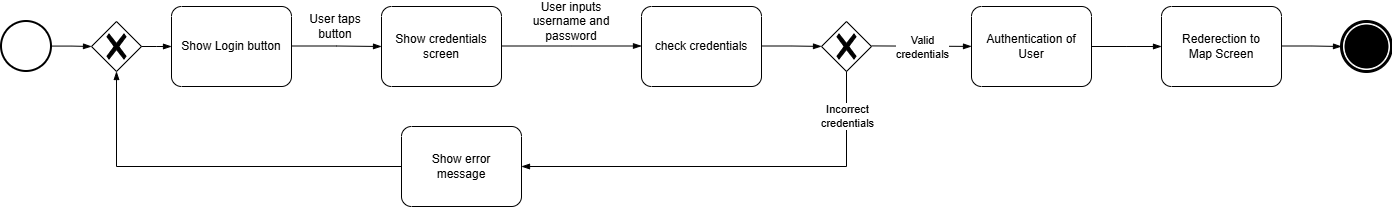
This is RASD/LaTeXCode/images/StateDiagrams/Login.drawio.png from jacopobellosi/Bellosi-Montanelli-Tempobono, a draw.io export, as it was before one commit. Source tidied: cells renumbered, new cells last; positions are measured from the earlier drawing's top-left corner, leaving out a move shared by most shapes.
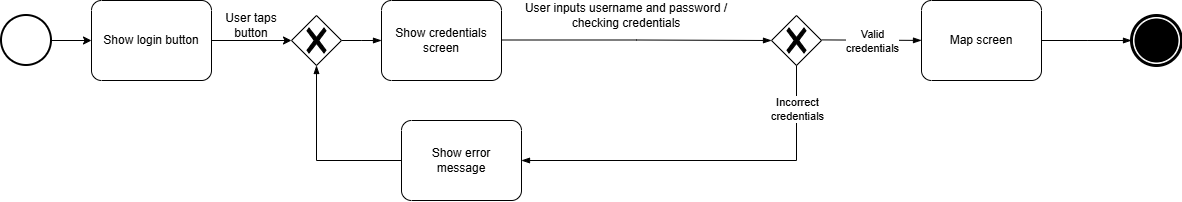
Later version of the same file.

Change to the diagram source:
```diff
@@ -4,97 +4,67 @@
     <mxCell id="1" parent="0" />
     <mxCell id="2" style="edgeStyle=elbowEdgeStyle;fontSize=12;html=1;endArrow=blockThin;endFill=1;rounded=0;elbow=vertical;exitX=1;exitY=0.5;exitDx=0;exitDy=0;exitPerimeter=0;entryX=0;entryY=0.5;entryDx=0;entryDy=0;entryPerimeter=0;shadow=0;" parent="1" edge="1" target="18">
       <mxGeometry relative="1" as="geometry">
-        <mxPoint x="870" y="39.4" as="sourcePoint" />
+        <mxPoint x="820" y="39.4" as="sourcePoint" />
         <Array as="points">
-          <mxPoint x="870" y="39.9" />
+          <mxPoint x="820" y="39.9" />
         </Array>
       </mxGeometry>
     </mxCell>
     <mxCell id="3" style="strokeWidth=2;html=1;shape=mxgraph.flowchart.start_2;whiteSpace=wrap;" parent="1" vertex="1">
       <mxGeometry y="15" width="50" height="50" as="geometry" />
     </mxCell>
-    <mxCell id="4" value="Show Login button" style="points=[[0.25,0,0],[0.5,0,0],[0.75,0,0],[1,0.25,0],[1,0.5,0],[1,0.75,0],[0.75,1,0],[0.5,1,0],[0.25,1,0],[0,0.75,0],[0,0.5,0],[0,0.25,0]];shape=mxgraph.bpmn.task2;whiteSpace=wrap;rectStyle=rounded;size=10;html=1;taskMarker=abstract;" parent="1" vertex="1">
-      <mxGeometry x="170" width="120" height="80" as="geometry" />
+    <mxCell id="4" value="Show login button" style="points=[[0.25,0,0],[0.5,0,0],[0.75,0,0],[1,0.25,0],[1,0.5,0],[1,0.75,0],[0.75,1,0],[0.5,1,0],[0.25,1,0],[0,0.75,0],[0,0.5,0],[0,0.25,0]];shape=mxgraph.bpmn.task2;whiteSpace=wrap;rectStyle=rounded;size=10;html=1;taskMarker=abstract;" parent="1" vertex="1">
+      <mxGeometry x="90" width="120" height="80" as="geometry" />
     </mxCell>
     <mxCell id="5" value="Show credentials&lt;div&gt;screen&lt;/div&gt;" style="shape=mxgraph.bpmn.task2;whiteSpace=wrap;rectStyle=rounded;size=10;html=1;taskMarker=abstract;" parent="1" vertex="1">
       <mxGeometry x="380" width="120" height="80" as="geometry" />
     </mxCell>
-    <mxCell id="6" style="edgeStyle=elbowEdgeStyle;fontSize=12;html=1;endArrow=blockThin;endFill=1;rounded=0;" parent="1" edge="1">
+    <mxCell id="6" style="edgeStyle=elbowEdgeStyle;fontSize=12;html=1;endArrow=blockThin;endFill=1;rounded=0;exitX=1;exitY=0.5;exitDx=0;exitDy=0;exitPerimeter=0;" parent="1" edge="1" source="13">
       <mxGeometry relative="1" as="geometry">
-        <mxPoint x="290" y="39.5" as="sourcePoint" />
         <mxPoint x="380" y="40" as="targetPoint" />
       </mxGeometry>
     </mxCell>
     <mxCell id="7" value="User taps button" style="text;html=1;whiteSpace=wrap;strokeColor=none;fillColor=none;align=center;verticalAlign=middle;rounded=0;" parent="1" vertex="1">
-      <mxGeometry x="304" y="5" width="60" height="30" as="geometry" />
+      <mxGeometry x="220" y="10" width="60" height="30" as="geometry" />
     </mxCell>
-    <mxCell id="8" style="edgeStyle=elbowEdgeStyle;fontSize=12;html=1;endArrow=blockThin;endFill=1;rounded=0;" parent="1" edge="1">
+    <mxCell id="8" style="edgeStyle=elbowEdgeStyle;fontSize=12;html=1;endArrow=blockThin;endFill=1;rounded=0;entryX=0;entryY=0.5;entryDx=0;entryDy=0;entryPerimeter=0;" parent="1" edge="1" target="12">
       <mxGeometry relative="1" as="geometry">
         <mxPoint x="500" y="39.5" as="sourcePoint" />
-        <mxPoint x="640" y="39.5" as="targetPoint" />
       </mxGeometry>
     </mxCell>
-    <mxCell id="9" value="User inputs username and password" style="text;html=1;whiteSpace=wrap;strokeColor=none;fillColor=none;align=center;verticalAlign=middle;rounded=0;" parent="1" vertex="1">
-      <mxGeometry x="520" width="100" height="30" as="geometry" />
+    <mxCell id="9" value="User inputs username and password / checking credentials" style="text;html=1;whiteSpace=wrap;strokeColor=none;fillColor=none;align=center;verticalAlign=middle;rounded=0;" parent="1" vertex="1">
+      <mxGeometry x="520" width="210" height="30" as="geometry" />
     </mxCell>
-    <mxCell id="10" value="check credentials" style="shape=mxgraph.bpmn.task2;whiteSpace=wrap;rectStyle=rounded;size=10;html=1;taskMarker=abstract;" parent="1" vertex="1">
-      <mxGeometry x="640" width="120" height="80" as="geometry" />
-    </mxCell>
-    <mxCell id="11" style="edgeStyle=elbowEdgeStyle;fontSize=12;html=1;endArrow=blockThin;endFill=1;rounded=0;" parent="1" edge="1">
-      <mxGeometry relative="1" as="geometry">
-        <mxPoint x="760" y="39.5" as="sourcePoint" />
-        <mxPoint x="820" y="39.9" as="targetPoint" />
-      </mxGeometry>
-    </mxCell>
     <mxCell id="12" style="points=[[0.25,0.25,0],[0.5,0,0],[0.75,0.25,0],[1,0.5,0],[0.75,0.75,0],[0.5,1,0],[0.25,0.75,0],[0,0.5,0]];shape=mxgraph.bpmn.gateway2;html=1;verticalLabelPosition=bottom;labelBackgroundColor=#ffffff;verticalAlign=top;align=center;perimeter=rhombusPerimeter;outlineConnect=0;outline=none;symbol=none;gwType=exclusive;" parent="1" vertex="1">
-      <mxGeometry x="820" y="15" width="50" height="50" as="geometry" />
+      <mxGeometry x="770" y="15" width="50" height="50" as="geometry" />
     </mxCell>
     <mxCell id="13" style="points=[[0.25,0.25,0],[0.5,0,0],[0.75,0.25,0],[1,0.5,0],[0.75,0.75,0],[0.5,1,0],[0.25,0.75,0],[0,0.5,0]];shape=mxgraph.bpmn.gateway2;html=1;verticalLabelPosition=bottom;labelBackgroundColor=#ffffff;verticalAlign=top;align=center;perimeter=rhombusPerimeter;outlineConnect=0;outline=none;symbol=none;gwType=exclusive;" parent="1" vertex="1">
-      <mxGeometry x="90" y="15" width="50" height="50" as="geometry" />
+      <mxGeometry x="290" y="15" width="50" height="50" as="geometry" />
     </mxCell>
-    <mxCell id="14" style="edgeStyle=elbowEdgeStyle;fontSize=12;html=1;endArrow=blockThin;endFill=1;rounded=0;entryX=0;entryY=0.5;entryDx=0;entryDy=0;entryPerimeter=0;" parent="1" edge="1" source="13" target="4">
-      <mxGeometry relative="1" as="geometry" />
-    </mxCell>
-    <mxCell id="15" style="edgeStyle=elbowEdgeStyle;fontSize=12;html=1;endArrow=blockThin;endFill=1;rounded=0;" parent="1" edge="1">
-      <mxGeometry relative="1" as="geometry">
-        <mxPoint x="50" y="39.6" as="sourcePoint" />
-        <mxPoint x="90" y="40" as="targetPoint" />
-      </mxGeometry>
-    </mxCell>
     <mxCell id="16" style="edgeStyle=elbowEdgeStyle;fontSize=12;html=1;endArrow=blockThin;endFill=1;rounded=0;entryX=0.5;entryY=1;entryDx=0;entryDy=0;entryPerimeter=0;" parent="1" edge="1" source="25" target="13">
       <mxGeometry relative="1" as="geometry">
         <Array as="points">
+          <mxPoint x="315" y="110" />
           <mxPoint x="115" y="160" />
         </Array>
       </mxGeometry>
     </mxCell>
-    <mxCell id="17" style="edgeStyle=elbowEdgeStyle;fontSize=12;html=1;endArrow=blockThin;endFill=1;rounded=0;entryX=0;entryY=0.5;entryDx=0;entryDy=0;entryPerimeter=0;exitX=1;exitY=0.5;exitDx=0;exitDy=0;exitPerimeter=0;" parent="1" edge="1" source="18">
-      <mxGeometry relative="1" as="geometry">
-        <mxPoint x="1160" y="40" as="targetPoint" />
-      </mxGeometry>
+    <mxCell id="17" style="edgeStyle=elbowEdgeStyle;fontSize=12;html=1;endArrow=blockThin;endFill=1;rounded=0;entryX=0;entryY=0.5;entryDx=0;entryDy=0;entryPerimeter=0;exitX=1;exitY=0.5;exitDx=0;exitDy=0;exitPerimeter=0;" parent="1" edge="1" source="18" target="21">
+      <mxGeometry relative="1" as="geometry" />
     </mxCell>
-    <mxCell id="18" value="Authentication of&lt;div&gt;User&lt;/div&gt;" style="points=[[0.25,0,0],[0.5,0,0],[0.75,0,0],[1,0.25,0],[1,0.5,0],[1,0.75,0],[0.75,1,0],[0.5,1,0],[0.25,1,0],[0,0.75,0],[0,0.5,0],[0,0.25,0]];shape=mxgraph.bpmn.task2;whiteSpace=wrap;rectStyle=rounded;size=10;html=1;taskMarker=abstract;" parent="1" vertex="1">
-      <mxGeometry x="970" width="120" height="80" as="geometry" />
+    <mxCell id="18" value="Map screen" style="points=[[0.25,0,0],[0.5,0,0],[0.75,0,0],[1,0.25,0],[1,0.5,0],[1,0.75,0],[0.75,1,0],[0.5,1,0],[0.25,1,0],[0,0.75,0],[0,0.5,0],[0,0.25,0]];shape=mxgraph.bpmn.task2;whiteSpace=wrap;rectStyle=rounded;size=10;html=1;taskMarker=abstract;" parent="1" vertex="1">
+      <mxGeometry x="920" width="120" height="80" as="geometry" />
     </mxCell>
-    <mxCell id="19" value="Rederection to&lt;div&gt;Map Screen&lt;/div&gt;" style="shape=mxgraph.bpmn.task2;whiteSpace=wrap;rectStyle=rounded;size=10;html=1;taskMarker=abstract;" parent="1" vertex="1">
-      <mxGeometry x="1160" width="120" height="80" as="geometry" />
-    </mxCell>
-    <mxCell id="20" style="edgeStyle=elbowEdgeStyle;fontSize=12;html=1;endArrow=blockThin;endFill=1;rounded=0;entryX=0;entryY=0.5;entryDx=0;entryDy=0;entryPerimeter=0;" parent="1" edge="1">
-      <mxGeometry relative="1" as="geometry">
-        <mxPoint x="1280" y="39.5" as="sourcePoint" />
-        <mxPoint x="1340" y="40" as="targetPoint" />
-      </mxGeometry>
-    </mxCell>
     <mxCell id="21" style="points=[[0.145,0.145,0],[0.5,0,0],[0.855,0.145,0],[1,0.5,0],[0.855,0.855,0],[0.5,1,0],[0.145,0.855,0],[0,0.5,0]];shape=mxgraph.bpmn.event;html=1;verticalLabelPosition=bottom;labelBackgroundColor=#ffffff;verticalAlign=top;align=center;perimeter=ellipsePerimeter;outlineConnect=0;outline=end;symbol=terminate;" parent="1" vertex="1">
-      <mxGeometry x="1340" y="15" width="50" height="50" as="geometry" />
+      <mxGeometry x="1130" y="15" width="50" height="50" as="geometry" />
     </mxCell>
     <mxCell id="22" value="Valid&lt;div&gt;credentials&lt;/div&gt;" style="edgeLabel;html=1;align=center;verticalAlign=middle;shadow=1;" parent="1" vertex="1">
-      <mxGeometry x="920" y="40" as="geometry" />
+      <mxGeometry x="870" y="40" as="geometry" />
     </mxCell>
-    <mxCell id="23" style="edgeStyle=elbowEdgeStyle;fontSize=12;html=1;endArrow=blockThin;endFill=1;rounded=0;entryX=1;entryY=0.5;entryDx=0;entryDy=0;entryPerimeter=0;" parent="1" edge="1" source="12" target="25">
+    <mxCell id="23" style="edgeStyle=elbowEdgeStyle;fontSize=12;html=1;endArrow=blockThin;endFill=1;rounded=0;entryX=1;entryY=0.5;entryDx=0;entryDy=0;entryPerimeter=0;exitX=0.5;exitY=1;exitDx=0;exitDy=0;exitPerimeter=0;" parent="1" edge="1" source="12" target="25">
       <mxGeometry relative="1" as="geometry">
         <Array as="points">
-          <mxPoint x="845" y="140" />
+          <mxPoint x="795" y="110" />
         </Array>
       </mxGeometry>
     </mxCell>
@@ -106,5 +76,11 @@
     <mxCell id="25" value="Show error&lt;div&gt;message&lt;/div&gt;" style="points=[[0.25,0,0],[0.5,0,0],[0.75,0,0],[1,0.25,0],[1,0.5,0],[1,0.75,0],[0.75,1,0],[0.5,1,0],[0.25,1,0],[0,0.75,0],[0,0.5,0],[0,0.25,0]];shape=mxgraph.bpmn.task2;whiteSpace=wrap;rectStyle=rounded;size=10;html=1;taskMarker=abstract;" parent="1" vertex="1">
       <mxGeometry x="400" y="120" width="120" height="80" as="geometry" />
     </mxCell>
+    <mxCell id="26" style="edgeStyle=orthogonalEdgeStyle;rounded=0;jettySize=auto;html=1;entryX=0;entryY=0.5;entryDx=0;entryDy=0;entryPerimeter=0;" parent="1" edge="1" source="3" target="4">
+      <mxGeometry relative="1" as="geometry" />
+    </mxCell>
+    <mxCell id="27" style="edgeStyle=orthogonalEdgeStyle;rounded=0;jettySize=auto;html=1;entryX=0;entryY=0.5;entryDx=0;entryDy=0;entryPerimeter=0;" parent="1" edge="1" source="4" target="13">
+      <mxGeometry relative="1" as="geometry" />
+    </mxCell>
   </root>
 </mxGraphModel>
```
